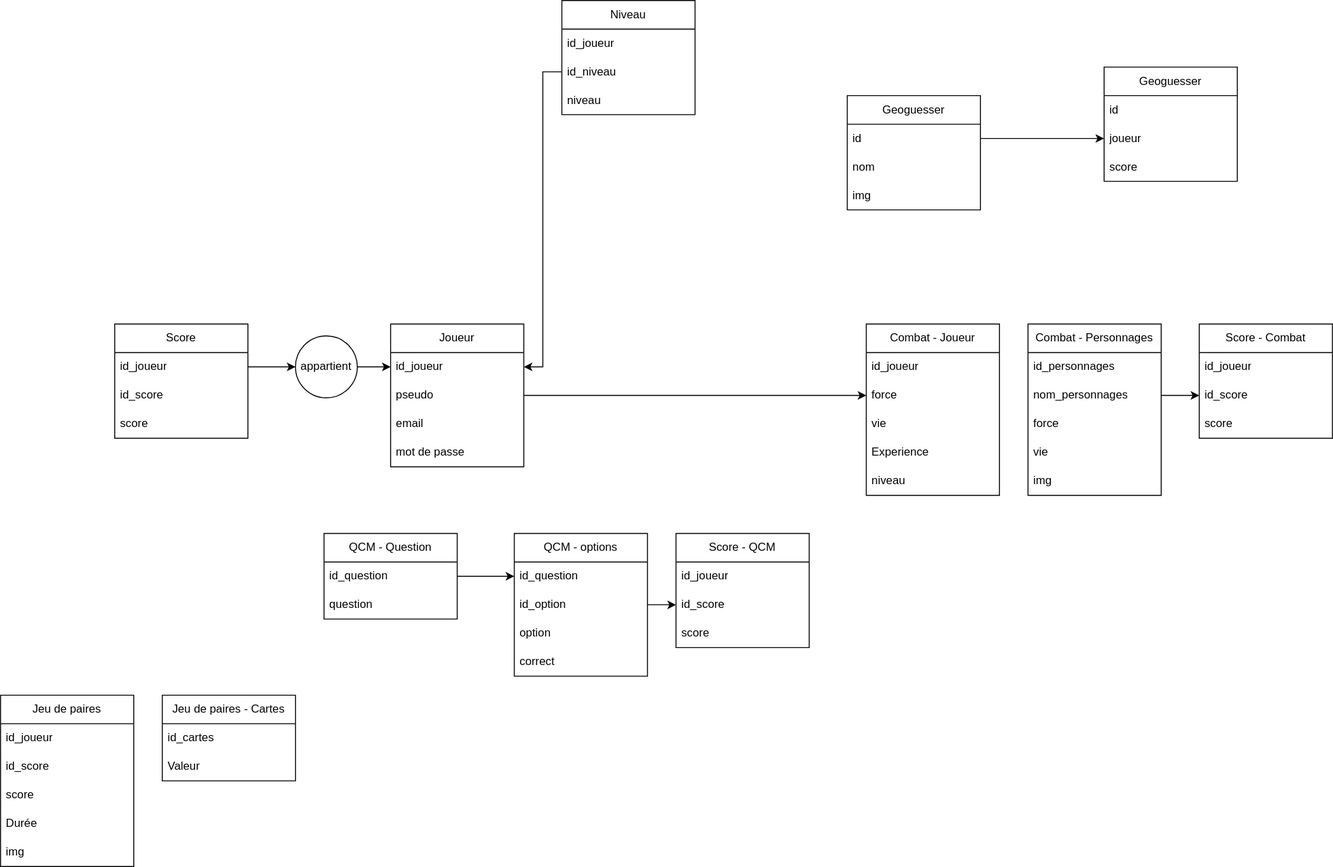
The draw.io diagram BDD.svg in Oreki2004/Projet-Final-6TTSI, before a commit. Source tidied: cells renumbered, new cells last; positions are measured from the earlier drawing's top-left corner, leaving out a move shared by most shapes.
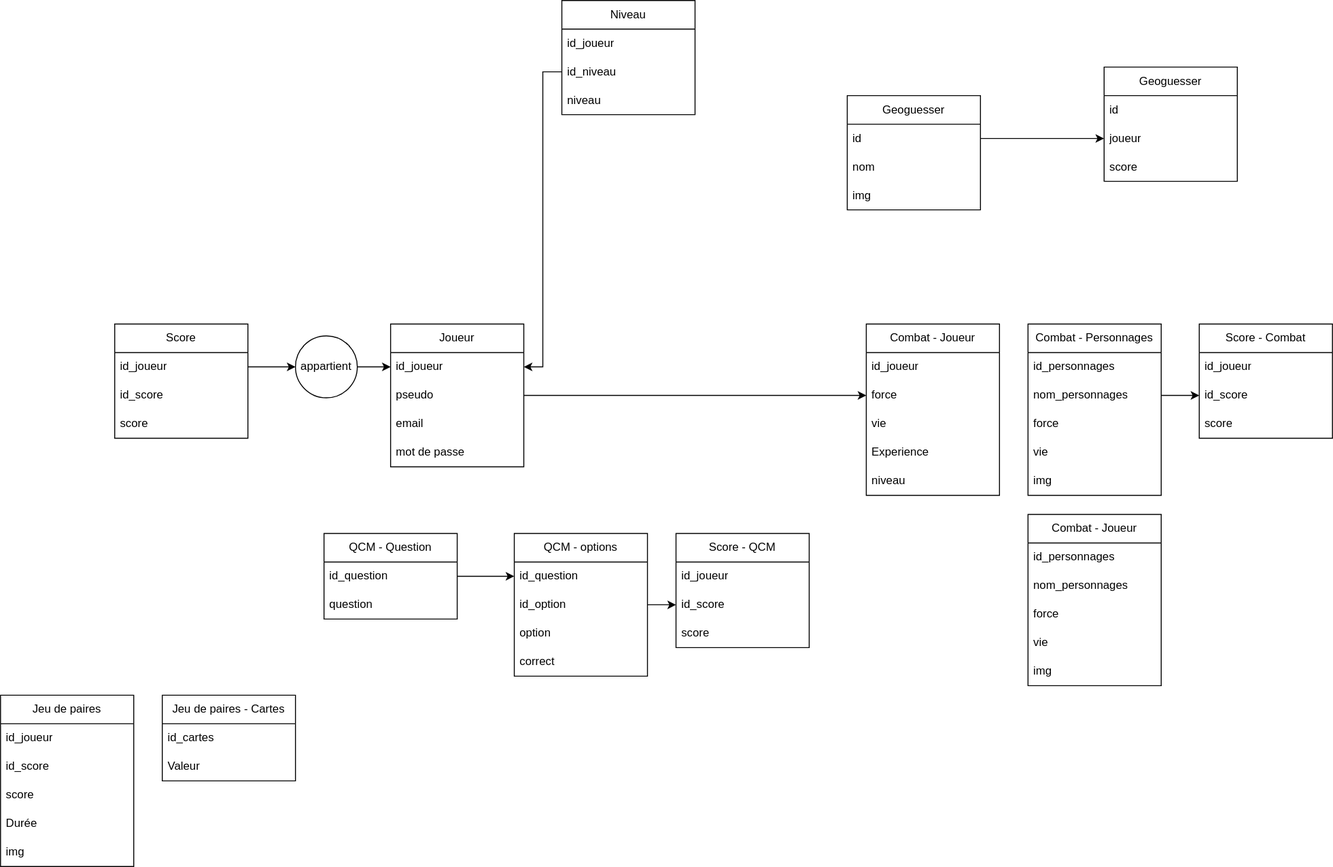
After the change.

Commit message:
Mettre à jour BDD.svg

Change to the diagram source:
```diff
@@ -205,5 +205,23 @@
     <mxCell id="68" style="edgeStyle=orthogonalEdgeStyle;rounded=0;jettySize=auto;html=1;" parent="1" edge="1" source="61" target="66">
       <mxGeometry relative="1" as="geometry" />
     </mxCell>
+    <mxCell id="69" value="Combat - Joueur" style="swimlane;fontStyle=0;horizontal=1;startSize=30;whiteSpace=wrap;html=1;" parent="1" vertex="1">
+      <mxGeometry x="1080" y="540" width="140" height="180" as="geometry" />
+    </mxCell>
+    <mxCell id="70" value="id_personnages" style="text;strokeColor=none;fillColor=none;align=left;verticalAlign=middle;spacingLeft=4;spacingRight=4;overflow=hidden;whiteSpace=wrap;html=1;" parent="69" vertex="1">
+      <mxGeometry y="30" width="140" height="30" as="geometry" />
+    </mxCell>
+    <mxCell id="71" value="nom_personnages" style="text;strokeColor=none;fillColor=none;align=left;verticalAlign=middle;spacingLeft=4;spacingRight=4;overflow=hidden;whiteSpace=wrap;html=1;" parent="69" vertex="1">
+      <mxGeometry y="60" width="140" height="30" as="geometry" />
+    </mxCell>
+    <mxCell id="72" value="force" style="text;strokeColor=none;fillColor=none;align=left;verticalAlign=middle;spacingLeft=4;spacingRight=4;overflow=hidden;whiteSpace=wrap;html=1;" parent="69" vertex="1">
+      <mxGeometry y="90" width="140" height="30" as="geometry" />
+    </mxCell>
+    <mxCell id="73" value="vie" style="text;strokeColor=none;fillColor=none;align=left;verticalAlign=middle;spacingLeft=4;spacingRight=4;overflow=hidden;whiteSpace=wrap;html=1;" parent="69" vertex="1">
+      <mxGeometry y="120" width="140" height="30" as="geometry" />
+    </mxCell>
+    <mxCell id="74" value="img" style="text;strokeColor=none;fillColor=none;align=left;verticalAlign=middle;spacingLeft=4;spacingRight=4;overflow=hidden;whiteSpace=wrap;html=1;" parent="69" vertex="1">
+      <mxGeometry y="150" width="140" height="30" as="geometry" />
+    </mxCell>
   </root>
 </mxGraphModel>
```
